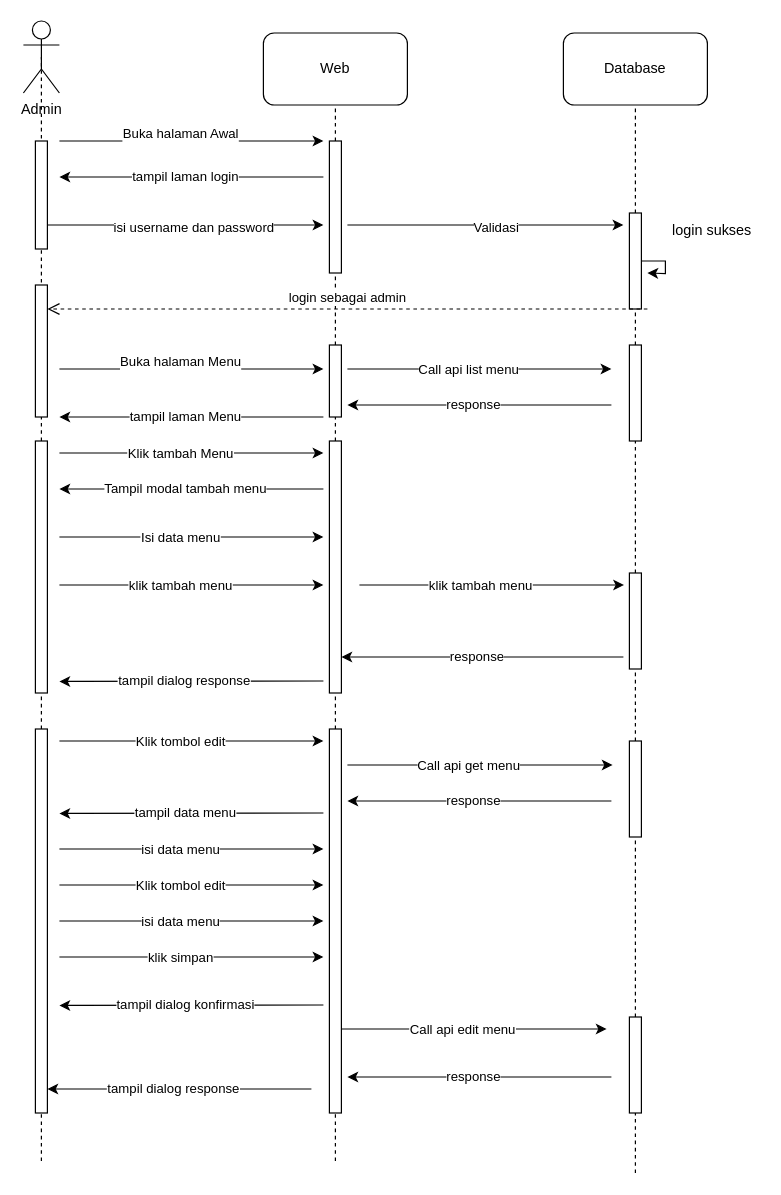
This is Untitled Diagram.drawio from ardyanfalah/skripsi, a draw.io file, before an edit. Source tidied: cells renumbered, new cells numbered last; positions are measured from the earlier drawing's top-left corner, leaving out a move shared by most shapes. Both pictures are drawn from the tidied source at 120%, with x=0, y=0 at pixel (23, 20).
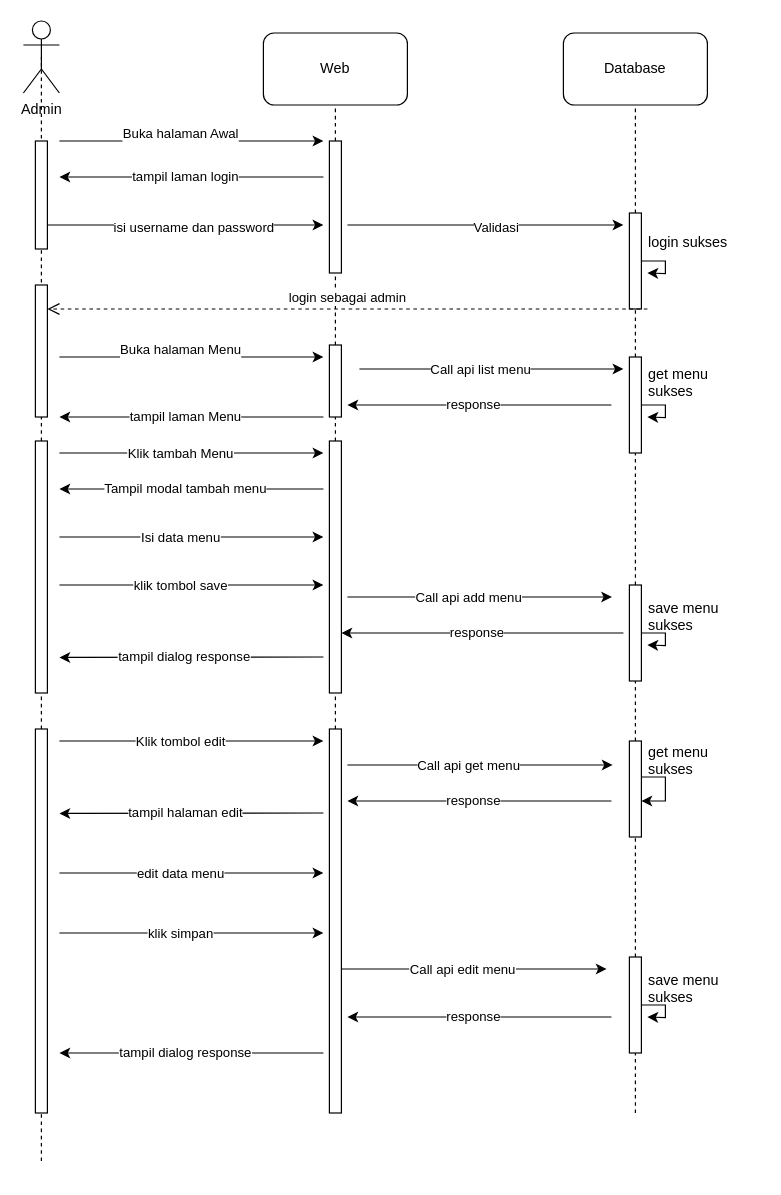
The same diagram, later.

The change refers to these unchanged cells:
```xml
<mxCell id="39" style="endArrow=classic;html=1;rounded=0;" parent="1" edge="1">
  <mxGeometry relative="1" as="geometry">
    <mxPoint x="30" y="470" as="sourcePoint" />
    <mxPoint x="250" y="470" as="targetPoint" />
  </mxGeometry>
</mxCell>
<mxCell id="58" style="rounded=0;whiteSpace=wrap;html=1;" parent="1" vertex="1">
  <mxGeometry x="255" y="590" width="10" height="320" as="geometry" />
</mxCell>
<mxCell id="63" style="endArrow=classic;html=1;rounded=0;" parent="1" edge="1">
  <mxGeometry relative="1" as="geometry">
    <mxPoint x="250" y="660" as="sourcePoint" />
    <mxPoint x="30" y="660.4" as="targetPoint" />
  </mxGeometry>
</mxCell>
<mxCell id="74" style="rounded=0;whiteSpace=wrap;html=1;" parent="1" vertex="1">
  <mxGeometry x="505" y="600" width="10" height="80" as="geometry" />
</mxCell>
```

The edit, as a diff of the source:
```diff
@@
     <mxCell id="23" value="login sukses" style="text;strokeColor=none;fillColor=none;align=left;verticalAlign=middle;spacingLeft=4;spacingRight=4;overflow=hidden;whiteSpace=wrap;html=1;" parent="1" vertex="1">
-      <mxGeometry x="535" y="160" width="80" height="30" as="geometry" />
+      <mxGeometry x="515" y="170" width="80" height="30" as="geometry" />
     </mxCell>
@@
     <mxCell id="27" style="endArrow=classic;html=1;rounded=0;" parent="1" edge="1">
       <mxGeometry relative="1" as="geometry">
-        <mxPoint x="30" y="290" as="sourcePoint" />
-        <mxPoint x="250" y="290" as="targetPoint" />
+        <mxPoint x="30" y="280" as="sourcePoint" />
+        <mxPoint x="250" y="280" as="targetPoint" />
       </mxGeometry>
     </mxCell>
@@
-    <mxCell id="40" value="klik tambah menu" style="edgeLabel;html=1;align=center;verticalAlign=middle;" parent="39" vertex="1">
+    <mxCell id="40" value="&lt;div&gt;klik tombol save&lt;/div&gt;" style="edgeLabel;html=1;align=center;verticalAlign=middle;" parent="39" vertex="1">
       <mxGeometry x="-0.31" relative="1" as="geometry">
         <mxPoint x="24" as="offset" />
       </mxGeometry>
     </mxCell>
@@
+    <mxCell id="89" style="edgeStyle=orthogonalEdgeStyle;rounded=0;jettySize=auto;html=1;" parent="1" edge="1" source="42">
+      <mxGeometry relative="1" as="geometry">
+        <mxPoint x="520" y="520" as="targetPoint" />
+      </mxGeometry>
+    </mxCell>
     <mxCell id="42" style="rounded=0;whiteSpace=wrap;html=1;" parent="1" vertex="1">
-      <mxGeometry x="505" y="460" width="10" height="80" as="geometry" />
+      <mxGeometry x="505" y="470" width="10" height="80" as="geometry" />
     </mxCell>
@@
-    <mxCell id="45" style="endArrow=classic;html=1;rounded=0;entryX=-0.45;entryY=0.125;entryDx=0;entryDy=0;entryPerimeter=0;" parent="1" edge="1" target="42">
+    <mxCell id="45" style="endArrow=classic;html=1;rounded=0;entryX=-0.45;entryY=0.125;entryDx=0;entryDy=0;entryPerimeter=0;" parent="1" edge="1">
       <mxGeometry relative="1" as="geometry">
-        <mxPoint x="280" y="470" as="sourcePoint" />
+        <mxPoint x="270" y="480" as="sourcePoint" />
+        <mxPoint x="490.5" y="480" as="targetPoint" />
       </mxGeometry>
     </mxCell>
-    <mxCell id="46" value="klik tambah menu" style="edgeLabel;html=1;align=center;verticalAlign=middle;" parent="45" vertex="1">
+    <mxCell id="46" value="&lt;div&gt;Call api add menu&lt;/div&gt;" style="edgeLabel;html=1;align=center;verticalAlign=middle;" parent="45" vertex="1">
       <mxGeometry x="-0.31" relative="1" as="geometry">
         <mxPoint x="24" as="offset" />
       </mxGeometry>
     </mxCell>
     <mxCell id="47" style="endArrow=classic;html=1;rounded=0;exitX=0;exitY=0.5;exitDx=0;exitDy=0;" parent="1" edge="1">
       <mxGeometry relative="1" as="geometry">
-        <mxPoint x="500" y="530" as="sourcePoint" />
-        <mxPoint x="265" y="530" as="targetPoint" />
+        <mxPoint x="500" y="510" as="sourcePoint" />
+        <mxPoint x="265" y="510" as="targetPoint" />
       </mxGeometry>
     </mxCell>
@@
     <mxCell id="49" style="endArrow=classic;html=1;rounded=0;" parent="1" edge="1">
       <mxGeometry relative="1" as="geometry">
-        <mxPoint x="250" y="550" as="sourcePoint" />
-        <mxPoint x="30" y="550.4" as="targetPoint" />
+        <mxPoint x="250" y="530" as="sourcePoint" />
+        <mxPoint x="30" y="530.4" as="targetPoint" />
       </mxGeometry>
     </mxCell>
@@
+    <mxCell id="90" style="edgeStyle=orthogonalEdgeStyle;rounded=0;jettySize=auto;html=1;" parent="1" edge="1" source="52">
+      <mxGeometry relative="1" as="geometry">
+        <mxPoint x="520" y="330" as="targetPoint" />
+      </mxGeometry>
+    </mxCell>
     <mxCell id="52" style="rounded=0;whiteSpace=wrap;html=1;" parent="1" vertex="1">
-      <mxGeometry x="505" y="270" width="10" height="80" as="geometry" />
+      <mxGeometry x="505" y="280" width="10" height="80" as="geometry" />
     </mxCell>
     <mxCell id="53" style="endArrow=classic;html=1;rounded=0;" parent="1" edge="1">
       <mxGeometry relative="1" as="geometry">
-        <mxPoint x="270" y="290" as="sourcePoint" />
-        <mxPoint x="490" y="290" as="targetPoint" />
+        <mxPoint x="280" y="290" as="sourcePoint" />
+        <mxPoint x="500" y="290" as="targetPoint" />
       </mxGeometry>
     </mxCell>
@@
-    <mxCell id="57" style="endArrow=none;dashed=1;html=1;rounded=0;entryX=0.5;entryY=1;entryDx=0;entryDy=0;" parent="1" edge="1" target="58">
+    <mxCell id="57" style="endArrow=none;dashed=1;html=1;rounded=0;entryX=0.5;entryY=1;entryDx=0;entryDy=0;" parent="1" edge="1">
       <mxGeometry relative="1" as="geometry">
-        <mxPoint x="260" y="950" as="sourcePoint" />
+        <mxPoint x="260" y="900" as="sourcePoint" />
+        <mxPoint x="260" y="860" as="targetPoint" />
       </mxGeometry>
     </mxCell>
@@
-    <mxCell id="64" value="&lt;div&gt;tampil data menu&lt;/div&gt;" style="edgeLabel;html=1;align=center;verticalAlign=middle;" parent="63" vertex="1">
+    <mxCell id="64" value="&lt;div&gt;tampil halaman edit&lt;br&gt;&lt;/div&gt;" style="edgeLabel;html=1;align=center;verticalAlign=middle;" parent="63" vertex="1">
       <mxGeometry x="0.05" y="-1" relative="1" as="geometry">
         <mxPoint x="1" as="offset" />
       </mxGeometry>
     </mxCell>
@@
-    <mxCell id="69" style="endArrow=classic;html=1;rounded=0;" parent="1" edge="1">
-      <mxGeometry relative="1" as="geometry">
-        <mxPoint x="30" y="690" as="sourcePoint" />
-        <mxPoint x="250" y="690" as="targetPoint" />
-      </mxGeometry>
-    </mxCell>
-    <mxCell id="70" value="isi data menu" style="edgeLabel;html=1;align=center;verticalAlign=middle;" parent="69" vertex="1">
-      <mxGeometry x="-0.31" relative="1" as="geometry">
-        <mxPoint x="24" as="offset" />
-      </mxGeometry>
-    </mxCell>
-    <mxCell id="71" style="endArrow=classic;html=1;rounded=0;" parent="1" edge="1">
-      <mxGeometry relative="1" as="geometry">
-        <mxPoint x="30" y="720" as="sourcePoint" />
-        <mxPoint x="250" y="720" as="targetPoint" />
-      </mxGeometry>
-    </mxCell>
-    <mxCell id="72" value="&lt;div&gt;Klik tombol edit&lt;/div&gt;" style="edgeLabel;html=1;align=center;verticalAlign=middle;" parent="71" vertex="1">
-      <mxGeometry x="-0.31" relative="1" as="geometry">
-        <mxPoint x="24" as="offset" />
-      </mxGeometry>
-    </mxCell>
@@
     <mxCell id="75" style="endArrow=classic;html=1;rounded=0;" parent="1" edge="1">
       <mxGeometry relative="1" as="geometry">
-        <mxPoint x="30" y="750" as="sourcePoint" />
-        <mxPoint x="250" y="750" as="targetPoint" />
+        <mxPoint x="30" y="710" as="sourcePoint" />
+        <mxPoint x="250" y="710" as="targetPoint" />
       </mxGeometry>
     </mxCell>
-    <mxCell id="76" value="&lt;div&gt;isi data menu&lt;/div&gt;" style="edgeLabel;html=1;align=center;verticalAlign=middle;" parent="75" vertex="1">
+    <mxCell id="76" value="&lt;div&gt;edit data menu&lt;/div&gt;" style="edgeLabel;html=1;align=center;verticalAlign=middle;" parent="75" vertex="1">
       <mxGeometry x="-0.31" relative="1" as="geometry">
         <mxPoint x="24" as="offset" />
       </mxGeometry>
     </mxCell>
     <mxCell id="77" style="endArrow=none;dashed=1;html=1;rounded=0;entryX=0.5;entryY=1;entryDx=0;entryDy=0;" parent="1" edge="1" target="78">
       <mxGeometry relative="1" as="geometry">
-        <mxPoint x="510" y="960" as="sourcePoint" />
+        <mxPoint x="510" y="910" as="sourcePoint" />
       </mxGeometry>
     </mxCell>
+    <mxCell id="91" style="edgeStyle=orthogonalEdgeStyle;rounded=0;jettySize=auto;html=1;" parent="1" edge="1" source="78">
+      <mxGeometry relative="1" as="geometry">
+        <mxPoint x="520" y="830" as="targetPoint" />
+      </mxGeometry>
+    </mxCell>
     <mxCell id="78" style="rounded=0;whiteSpace=wrap;html=1;" parent="1" vertex="1">
-      <mxGeometry x="505" y="830" width="10" height="80" as="geometry" />
+      <mxGeometry x="505" y="780" width="10" height="80" as="geometry" />
     </mxCell>
     <mxCell id="79" style="endArrow=classic;html=1;rounded=0;entryX=-0.45;entryY=0.125;entryDx=0;entryDy=0;entryPerimeter=0;" parent="1" edge="1">
       <mxGeometry relative="1" as="geometry">
-        <mxPoint x="265" y="840" as="sourcePoint" />
-        <mxPoint x="486" y="840" as="targetPoint" />
+        <mxPoint x="265" y="790" as="sourcePoint" />
+        <mxPoint x="486" y="790" as="targetPoint" />
       </mxGeometry>
     </mxCell>
@@
     <mxCell id="81" style="endArrow=classic;html=1;rounded=0;" parent="1" edge="1">
       <mxGeometry relative="1" as="geometry">
-        <mxPoint x="490" y="880" as="sourcePoint" />
-        <mxPoint x="270" y="880" as="targetPoint" />
+        <mxPoint x="490" y="830" as="sourcePoint" />
+        <mxPoint x="270" y="830" as="targetPoint" />
       </mxGeometry>
     </mxCell>
@@
-    <mxCell id="83" style="endArrow=classic;html=1;rounded=0;" parent="1" edge="1">
-      <mxGeometry relative="1" as="geometry">
-        <mxPoint x="250" y="820" as="sourcePoint" />
-        <mxPoint x="30" y="820.4" as="targetPoint" />
-      </mxGeometry>
-    </mxCell>
-    <mxCell id="84" value="&lt;div&gt;tampil dialog konfirmasi&lt;/div&gt;" style="edgeLabel;html=1;align=center;verticalAlign=middle;" parent="83" vertex="1">
-      <mxGeometry x="0.05" y="-1" relative="1" as="geometry">
-        <mxPoint x="1" as="offset" />
-      </mxGeometry>
-    </mxCell>
     <mxCell id="85" style="endArrow=classic;html=1;rounded=0;" parent="1" edge="1">
       <mxGeometry relative="1" as="geometry">
-        <mxPoint x="30" y="780" as="sourcePoint" />
-        <mxPoint x="250" y="780" as="targetPoint" />
+        <mxPoint x="30" y="760" as="sourcePoint" />
+        <mxPoint x="250" y="760" as="targetPoint" />
       </mxGeometry>
     </mxCell>
@@
     <mxCell id="87" style="endArrow=classic;html=1;rounded=0;" parent="1" edge="1">
       <mxGeometry relative="1" as="geometry">
-        <mxPoint x="240" y="890" as="sourcePoint" />
-        <mxPoint x="20" y="890" as="targetPoint" />
+        <mxPoint x="250" y="860" as="sourcePoint" />
+        <mxPoint x="30" y="860" as="targetPoint" />
       </mxGeometry>
     </mxCell>
@@
+    <mxCell id="92" value="get menu sukses" style="text;strokeColor=none;fillColor=none;align=left;verticalAlign=middle;spacingLeft=4;spacingRight=4;overflow=hidden;whiteSpace=wrap;html=1;" parent="1" vertex="1">
+      <mxGeometry x="515" y="285" width="80" height="30" as="geometry" />
+    </mxCell>
+    <mxCell id="93" value="save menu sukses" style="text;strokeColor=none;fillColor=none;align=left;verticalAlign=middle;spacingLeft=4;spacingRight=4;overflow=hidden;whiteSpace=wrap;html=1;" parent="1" vertex="1">
+      <mxGeometry x="515" y="480" width="80" height="30" as="geometry" />
+    </mxCell>
+    <mxCell id="94" style="edgeStyle=orthogonalEdgeStyle;rounded=0;orthogonalLoop=1;jettySize=auto;html=1;" parent="1" edge="1" source="74" target="74">
+      <mxGeometry relative="1" as="geometry" />
+    </mxCell>
+    <mxCell id="95" value="get menu sukses" style="text;strokeColor=none;fillColor=none;align=left;verticalAlign=middle;spacingLeft=4;spacingRight=4;overflow=hidden;whiteSpace=wrap;html=1;" parent="1" vertex="1">
+      <mxGeometry x="515" y="600" width="80" height="30" as="geometry" />
+    </mxCell>
+    <mxCell id="96" value="save menu sukses" style="text;strokeColor=none;fillColor=none;align=left;verticalAlign=middle;spacingLeft=4;spacingRight=4;overflow=hidden;whiteSpace=wrap;html=1;" parent="1" vertex="1">
+      <mxGeometry x="515" y="790" width="80" height="30" as="geometry" />
+    </mxCell>
```
